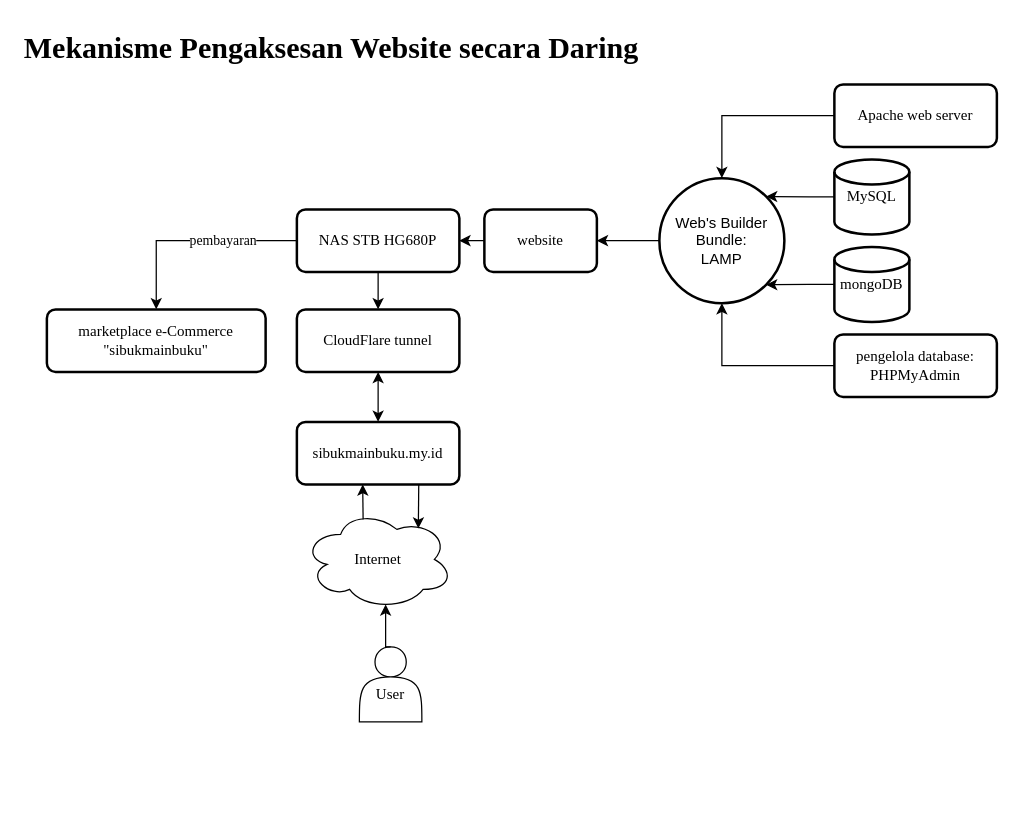
The draw.io diagram page "Webhost" (6 of 6) of Chart on Search Query.drawio in troders34/research, before the edit. Source tidied: cells renumbered, new cells numbered last; positions are measured from the earlier drawing's top-left corner, leaving out a move shared by most shapes. Both pictures are drawn from the tidied source at 125%, with x=0, y=0 at pixel (21, 21).
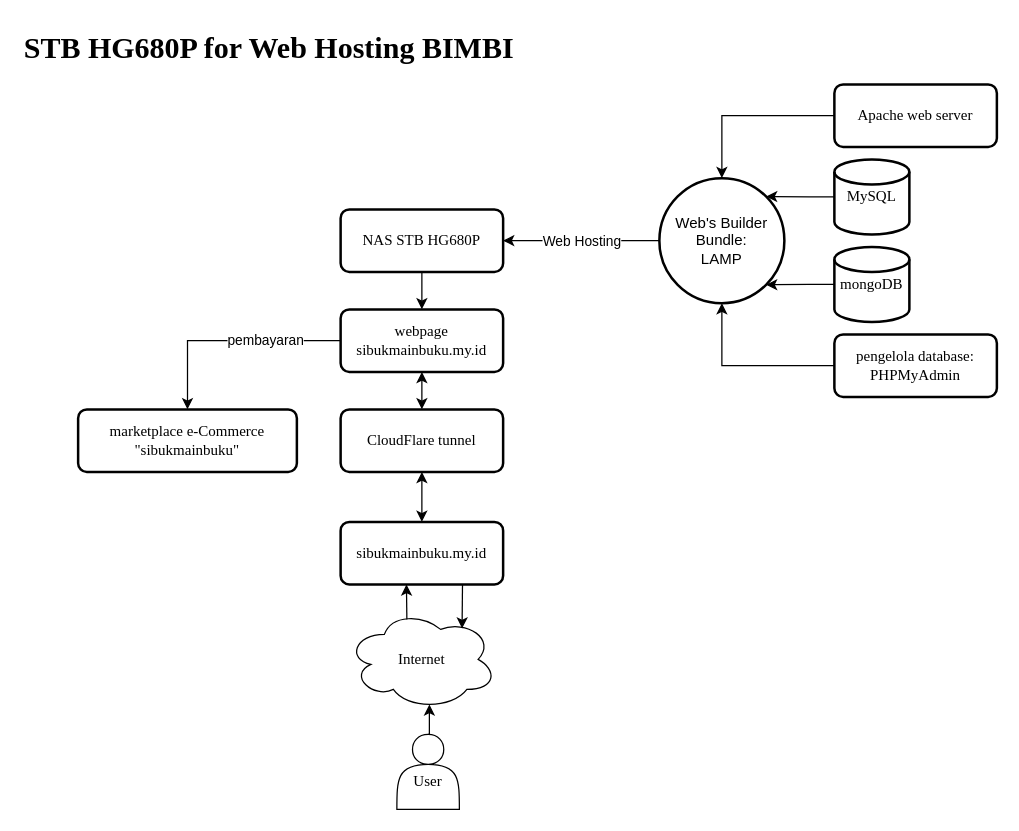
Above is the later version.

The change refers to these unchanged cells:
```xml
<mxCell id="25" value="&lt;div&gt;Web's Builder Bundle:&lt;/div&gt;LAMP" style="ellipse;whiteSpace=wrap;html=1;strokeWidth=2;" parent="1" vertex="1">
  <mxGeometry x="510" y="125" width="100" height="100" as="geometry" />
</mxCell>
```

What changed in the source:
```diff
@@
-    <mxCell id="2" style="edgeStyle=orthogonalEdgeStyle;rounded=0;jettySize=auto;html=1;exitX=0.5;exitY=1;exitDx=0;exitDy=0;entryX=0.5;entryY=0;entryDx=0;entryDy=0;endArrow=classic;endFill=1;fontFamily=Times New Roman;" parent="1" edge="1" source="5" target="21">
-      <mxGeometry relative="1" as="geometry" />
-    </mxCell>
-    <mxCell id="3" style="edgeStyle=orthogonalEdgeStyle;rounded=0;jettySize=auto;html=1;exitX=0;exitY=0.5;exitDx=0;exitDy=0;entryX=0.5;entryY=0;entryDx=0;entryDy=0;fontFamily=Times New Roman;" parent="1" edge="1" source="5" target="12">
-      <mxGeometry relative="1" as="geometry" />
-    </mxCell>
-    <mxCell id="4" value="pembayaran" style="edgeLabel;html=1;align=center;verticalAlign=middle;fontFamily=Times New Roman;" parent="3" vertex="1">
-      <mxGeometry x="-0.28" y="-1" relative="1" as="geometry" />
-    </mxCell>
+    <mxCell id="28" style="edgeStyle=orthogonalEdgeStyle;rounded=0;jettySize=auto;html=1;exitX=0.5;exitY=1;exitDx=0;exitDy=0;entryX=0.5;entryY=0;entryDx=0;entryDy=0;" parent="1" edge="1" source="5" target="32">
+      <mxGeometry relative="1" as="geometry" />
+    </mxCell>
     <mxCell id="5" value="NAS STB HG680P" style="rounded=1;whiteSpace=wrap;html=1;absoluteArcSize=1;arcSize=14;strokeWidth=2;fontFamily=Times New Roman;" parent="1" vertex="1">
-      <mxGeometry x="220" y="150" width="130" height="50" as="geometry" />
+      <mxGeometry x="255" y="150" width="130" height="50" as="geometry" />
     </mxCell>
     <mxCell id="6" value="&lt;div&gt;sibukmainbuku.my.id&lt;/div&gt;" style="rounded=1;whiteSpace=wrap;html=1;absoluteArcSize=1;arcSize=14;strokeWidth=2;fontFamily=Times New Roman;" parent="1" vertex="1">
-      <mxGeometry x="220" y="320" width="130" height="50" as="geometry" />
+      <mxGeometry x="255" y="400" width="130" height="50" as="geometry" />
     </mxCell>
     <mxCell id="7" value="Internet" style="ellipse;shape=cloud;whiteSpace=wrap;html=1;fontFamily=Times New Roman;" parent="1" vertex="1">
-      <mxGeometry x="225" y="390" width="120" height="80" as="geometry" />
+      <mxGeometry x="260" y="470" width="120" height="80" as="geometry" />
     </mxCell>
@@
     <mxCell id="10" value="&lt;div&gt;&lt;br&gt;&lt;/div&gt;&lt;div&gt;User&lt;/div&gt;" style="shape=actor;whiteSpace=wrap;html=1;fontFamily=Times New Roman;" parent="1" vertex="1">
-      <mxGeometry x="270" y="500" width="50" height="60" as="geometry" />
+      <mxGeometry x="300" y="570" width="50" height="60" as="geometry" />
     </mxCell>
-    <mxCell id="11" style="edgeStyle=orthogonalEdgeStyle;rounded=0;jettySize=auto;html=1;exitX=0.5;exitY=0;exitDx=0;exitDy=0;entryX=0.55;entryY=0.95;entryDx=0;entryDy=0;entryPerimeter=0;fontFamily=Times New Roman;" parent="1" edge="1" source="10" target="7">
-      <mxGeometry relative="1" as="geometry" />
-    </mxCell>
     <mxCell id="12" value="marketplace e-Commerce&lt;div&gt;&quot;sibukmainbuku&quot;&lt;/div&gt;" style="rounded=1;whiteSpace=wrap;html=1;absoluteArcSize=1;arcSize=14;strokeWidth=2;fontFamily=Times New Roman;" parent="1" vertex="1">
-      <mxGeometry x="20" y="230" width="175" height="50" as="geometry" />
+      <mxGeometry x="45" y="310" width="175" height="50" as="geometry" />
     </mxCell>
-    <mxCell id="13" value="&lt;h1 style=&quot;margin-top: 0px;&quot;&gt;Mekanisme Pengaksesan Website secara Daring&lt;/h1&gt;" style="text;html=1;whiteSpace=wrap;overflow=hidden;rounded=0;fontFamily=Times New Roman;" parent="1" vertex="1">
-      <mxGeometry width="510" height="40" as="geometry" />
+    <mxCell id="13" value="&lt;h1 style=&quot;margin-top: 0px;&quot;&gt;STB HG680P for Web Hosting BIMBI&lt;/h1&gt;" style="text;html=1;whiteSpace=wrap;overflow=hidden;rounded=0;fontFamily=Times New Roman;" parent="1" vertex="1">
+      <mxGeometry width="660" height="40" as="geometry" />
     </mxCell>
-    <mxCell id="14" style="edgeStyle=orthogonalEdgeStyle;rounded=0;jettySize=auto;html=1;exitX=0;exitY=0.5;exitDx=0;exitDy=0;entryX=1;entryY=0.5;entryDx=0;entryDy=0;fontFamily=Times New Roman;" parent="1" edge="1" source="15" target="5">
-      <mxGeometry relative="1" as="geometry" />
-    </mxCell>
-    <mxCell id="15" value="website" style="rounded=1;whiteSpace=wrap;html=1;absoluteArcSize=1;arcSize=14;strokeWidth=2;fontFamily=Times New Roman;" parent="1" vertex="1">
-      <mxGeometry x="370" y="150" width="90" height="50" as="geometry" />
-    </mxCell>
@@
+    <mxCell id="29" style="edgeStyle=orthogonalEdgeStyle;rounded=0;jettySize=auto;html=1;exitX=0.5;exitY=0;exitDx=0;exitDy=0;entryX=0.5;entryY=1;entryDx=0;entryDy=0;startArrow=classic;startFill=1;" parent="1" edge="1" source="21" target="32">
+      <mxGeometry relative="1" as="geometry" />
+    </mxCell>
     <mxCell id="21" value="CloudFlare tunnel" style="rounded=1;whiteSpace=wrap;html=1;absoluteArcSize=1;arcSize=14;strokeWidth=2;fontFamily=Times New Roman;" parent="1" vertex="1">
-      <mxGeometry x="220" y="230" width="130" height="50" as="geometry" />
+      <mxGeometry x="255" y="310" width="130" height="50" as="geometry" />
     </mxCell>
@@
-    <mxCell id="24" style="edgeStyle=orthogonalEdgeStyle;rounded=0;jettySize=auto;html=1;exitX=0;exitY=0.5;exitDx=0;exitDy=0;entryX=1;entryY=0.5;entryDx=0;entryDy=0;" parent="1" edge="1" source="25" target="15">
+    <mxCell id="24" style="edgeStyle=orthogonalEdgeStyle;rounded=0;jettySize=auto;html=1;exitX=0;exitY=0.5;exitDx=0;exitDy=0;entryX=1;entryY=0.5;entryDx=0;entryDy=0;" parent="1" edge="1" source="25" target="5">
       <mxGeometry relative="1" as="geometry" />
     </mxCell>
+    <mxCell id="30" value="Web Hosting" style="edgeLabel;html=1;align=center;verticalAlign=middle;" parent="24" vertex="1">
+      <mxGeometry relative="1" as="geometry" />
+    </mxCell>
@@
+    <mxCell id="31" style="edgeStyle=orthogonalEdgeStyle;rounded=0;jettySize=auto;html=1;exitX=0;exitY=0.5;exitDx=0;exitDy=0;entryX=0.5;entryY=0;entryDx=0;entryDy=0;" parent="1" edge="1" source="32" target="12">
+      <mxGeometry relative="1" as="geometry" />
+    </mxCell>
+    <mxCell id="4" value="pembayaran" style="edgeLabel;html=1;align=center;verticalAlign=middle;" parent="31" vertex="1">
+      <mxGeometry x="-0.31" y="-1" relative="1" as="geometry" />
+    </mxCell>
+    <mxCell id="32" value="webpage sibukmainbuku.my.id" style="rounded=1;whiteSpace=wrap;html=1;absoluteArcSize=1;arcSize=14;strokeWidth=2;fontFamily=Times New Roman;" parent="1" vertex="1">
+      <mxGeometry x="255" y="230" width="130" height="50" as="geometry" />
+    </mxCell>
+    <mxCell id="11" style="edgeStyle=orthogonalEdgeStyle;rounded=0;jettySize=auto;html=1;exitX=0.5;exitY=0;exitDx=0;exitDy=0;entryX=0.55;entryY=0.95;entryDx=0;entryDy=0;entryPerimeter=0;" parent="1" edge="1" source="10" target="7">
+      <mxGeometry relative="1" as="geometry" />
+    </mxCell>
```
